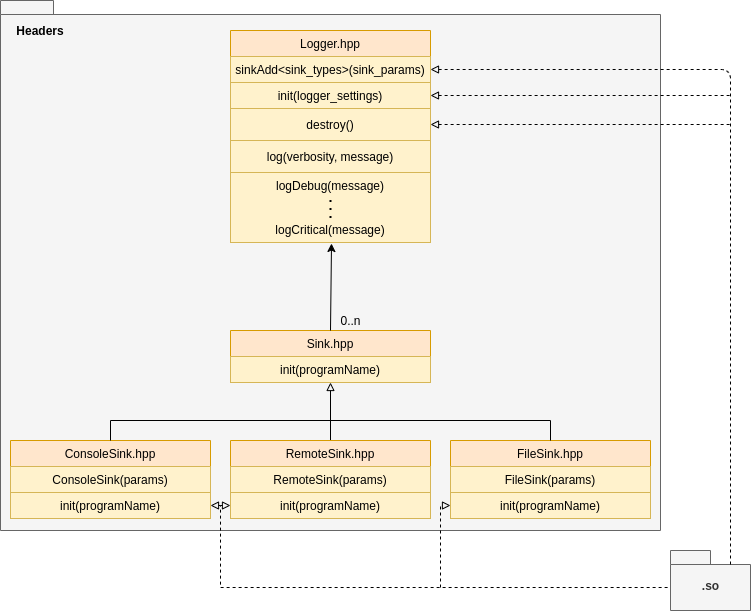
Before: documentation/logger_architecture.png, a diagram exported from draw.io (bringauto/ba-logger). Source tidied: cells renumbered, new cells last; positions are measured from the earlier drawing's top-left corner, leaving out a move shared by most shapes.
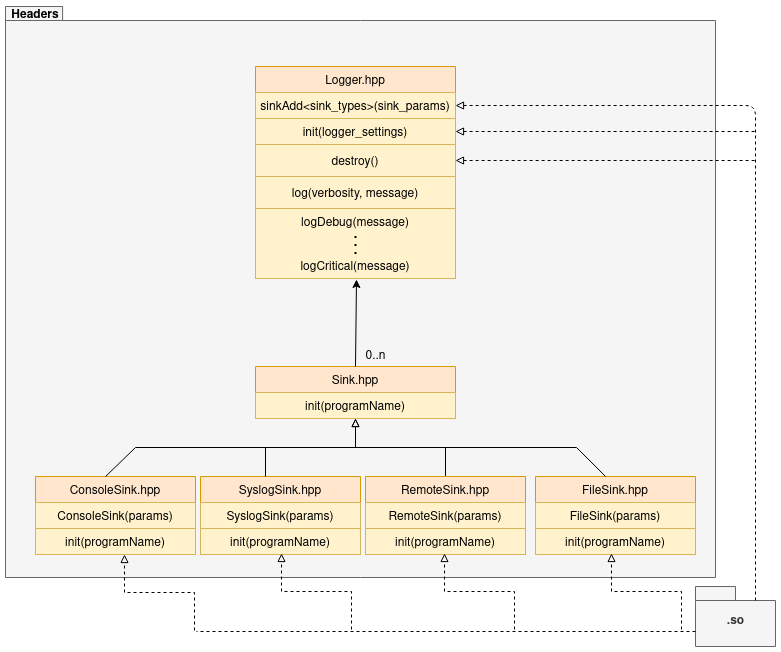
After the commit.

Change to the diagram source:
```diff
@@ -2,9 +2,9 @@
   <root>
     <mxCell id="0" />
     <mxCell id="1" parent="0" />
-    <mxCell id="2" style="shape=folder;fontStyle=1;spacingTop=10;tabWidth=40;tabHeight=14;tabPosition=left;html=1;strokeColor=#666666;align=left;verticalAlign=middle;fillColor=#f5f5f5;fontColor=#333333;" parent="1" vertex="1">
-      <mxGeometry width="660" height="530" as="geometry" />
-    </mxCell>
+    <mxCell id="37" style="shape=folder;fontStyle=1;spacingTop=10;tabWidth=40;tabHeight=14;tabPosition=left;html=1;strokeColor=#666666;align=left;verticalAlign=middle;fillColor=#f5f5f5;fontColor=#333333;" parent="1" vertex="1">
+      <mxGeometry x="-20" y="-30" width="710" height="571" as="geometry" />
+    </mxCell>
     <mxCell id="3" value="Sink.hpp" style="swimlane;fontStyle=0;horizontal=1;startSize=26;fillColor=#ffe6cc;align=center;strokeColor=#d79b00;" parent="1" vertex="1">
       <mxGeometry x="230" y="330" width="200" height="52" as="geometry" />
     </mxCell>
@@ -15,84 +15,77 @@
       <mxGeometry x="330" y="310" width="40" height="20" as="geometry" />
     </mxCell>
     <mxCell id="6" value="ConsoleSink.hpp" style="swimlane;fontStyle=0;horizontal=1;startSize=26;fillColor=#ffe6cc;align=center;strokeColor=#d79b00;" parent="1" vertex="1">
-      <mxGeometry x="10" y="440" width="200" height="52" as="geometry" />
+      <mxGeometry x="10" y="440" width="160" height="52" as="geometry" />
     </mxCell>
     <mxCell id="7" value="ConsoleSink(params)" style="text;strokeColor=#d6b656;fillColor=#fff2cc;align=center;verticalAlign=top;spacingLeft=4;spacingRight=4;overflow=hidden;" parent="6" vertex="1">
-      <mxGeometry y="26" width="200" height="26" as="geometry" />
+      <mxGeometry y="26" width="160" height="26" as="geometry" />
     </mxCell>
-    <mxCell id="8" value="init(programName)" style="text;strokeColor=#d6b656;fillColor=#fff2cc;align=center;verticalAlign=top;spacingLeft=4;spacingRight=4;overflow=hidden;points=[[0,0.5],[1,0.5]];portConstraint=eastwest;" parent="1" vertex="1">
-      <mxGeometry x="10" y="492" width="200" height="26" as="geometry" />
-    </mxCell>
-    <mxCell id="9" style="edgeStyle=orthogonalEdgeStyle;rounded=0;jettySize=auto;html=1;entryX=0.5;entryY=1;entryDx=0;entryDy=0;endArrow=block;endFill=0;" parent="1" edge="1" source="10" target="3">
-      <mxGeometry relative="1" as="geometry" />
-    </mxCell>
+    <mxCell id="38" value="init(programName)" style="text;strokeColor=#d6b656;fillColor=#fff2cc;align=center;verticalAlign=top;spacingLeft=4;spacingRight=4;overflow=hidden;" parent="1" vertex="1">
+      <mxGeometry x="10" y="492" width="160" height="26" as="geometry" />
+    </mxCell>
+    <mxCell id="39" style="edgeStyle=elbowEdgeStyle;rounded=0;orthogonalLoop=1;jettySize=auto;html=1;entryX=0.5;entryY=1;entryDx=0;entryDy=0;endArrow=block;endFill=0;elbow=vertical;" parent="1" edge="1">
+      <mxGeometry relative="1" as="geometry">
+        <mxPoint x="420" y="440" as="sourcePoint" />
+        <mxPoint x="330" y="382" as="targetPoint" />
+      </mxGeometry>
+    </mxCell>
     <mxCell id="10" value="RemoteSink.hpp" style="swimlane;fontStyle=0;horizontal=1;startSize=26;fillColor=#ffe6cc;align=center;strokeColor=#d79b00;" parent="1" vertex="1">
-      <mxGeometry x="230" y="440" width="200" height="52" as="geometry" />
+      <mxGeometry x="340" y="440" width="160" height="52" as="geometry" />
     </mxCell>
     <mxCell id="11" value="RemoteSink(params)" style="text;strokeColor=#d6b656;fillColor=#fff2cc;align=center;verticalAlign=top;spacingLeft=4;spacingRight=4;overflow=hidden;" parent="10" vertex="1">
-      <mxGeometry y="26" width="200" height="26" as="geometry" />
+      <mxGeometry y="26" width="160" height="26" as="geometry" />
     </mxCell>
-    <mxCell id="12" value="init(programName)" style="text;strokeColor=#d6b656;fillColor=#fff2cc;align=center;verticalAlign=top;spacingLeft=4;spacingRight=4;overflow=hidden;points=[[0,0.5],[1,0.5]];portConstraint=eastwest;" parent="1" vertex="1">
-      <mxGeometry x="230" y="492" width="200" height="26" as="geometry" />
-    </mxCell>
+    <mxCell id="40" value="init(programName)" style="text;strokeColor=#d6b656;fillColor=#fff2cc;align=center;verticalAlign=top;spacingLeft=4;spacingRight=4;overflow=hidden;" parent="1" vertex="1">
+      <mxGeometry x="340" y="492" width="160" height="26" as="geometry" />
+    </mxCell>
     <mxCell id="13" value="FileSink.hpp" style="swimlane;fontStyle=0;horizontal=1;startSize=26;fillColor=#ffe6cc;align=center;strokeColor=#d79b00;" parent="1" vertex="1">
-      <mxGeometry x="450" y="440" width="200" height="52" as="geometry" />
+      <mxGeometry x="510" y="440" width="160" height="52" as="geometry" />
     </mxCell>
     <mxCell id="14" value="FileSink(params)" style="text;strokeColor=#d6b656;fillColor=#fff2cc;align=center;verticalAlign=top;spacingLeft=4;spacingRight=4;overflow=hidden;" parent="13" vertex="1">
-      <mxGeometry y="26" width="200" height="26" as="geometry" />
+      <mxGeometry y="26" width="160" height="26" as="geometry" />
     </mxCell>
-    <mxCell id="15" value="init(programName)" style="text;strokeColor=#d6b656;fillColor=#fff2cc;align=center;verticalAlign=top;spacingLeft=4;spacingRight=4;overflow=hidden;points=[[0,0.5],[1,0.5]];portConstraint=eastwest;" parent="1" vertex="1">
-      <mxGeometry x="450" y="492" width="200" height="26" as="geometry" />
-    </mxCell>
-    <mxCell id="16" style="endArrow=none;html=1;exitX=0.5;exitY=0;exitDx=0;exitDy=0;rounded=0;" parent="1" edge="1" source="6">
-      <mxGeometry relative="1" as="geometry">
-        <mxPoint x="330" y="420" as="targetPoint" />
-        <Array as="points">
-          <mxPoint x="110" y="420" />
-        </Array>
-      </mxGeometry>
-    </mxCell>
-    <mxCell id="17" style="endArrow=none;html=1;entryX=0.5;entryY=0;entryDx=0;entryDy=0;rounded=0;" parent="1" edge="1" target="13">
-      <mxGeometry relative="1" as="geometry">
-        <mxPoint x="330" y="420" as="sourcePoint" />
-        <Array as="points">
-          <mxPoint x="550" y="420" />
-        </Array>
-      </mxGeometry>
-    </mxCell>
+    <mxCell id="41" value="init(programName)" style="text;strokeColor=#d6b656;fillColor=#fff2cc;align=center;verticalAlign=top;spacingLeft=4;spacingRight=4;overflow=hidden;" parent="1" vertex="1">
+      <mxGeometry x="510" y="492" width="160" height="26" as="geometry" />
+    </mxCell>
+    <mxCell id="42" style="endArrow=none;html=1;exitX=0.438;exitY=0;exitDx=0;exitDy=0;rounded=0;exitPerimeter=0;" parent="1" edge="1" source="6">
+      <mxGeometry relative="1" as="geometry">
+        <mxPoint x="330" y="411" as="targetPoint" />
+        <Array as="points">
+          <mxPoint x="110" y="411" />
+        </Array>
+      </mxGeometry>
+    </mxCell>
+    <mxCell id="43" style="endArrow=none;html=1;entryX=0.438;entryY=0;entryDx=0;entryDy=0;rounded=0;entryPerimeter=0;" parent="1" edge="1" target="13">
+      <mxGeometry relative="1" as="geometry">
+        <mxPoint x="331" y="411" as="sourcePoint" />
+        <Array as="points">
+          <mxPoint x="551" y="411" />
+        </Array>
+      </mxGeometry>
+    </mxCell>
     <mxCell id="18" value="&lt;b&gt;Headers&lt;/b&gt;" style="text;html=1;strokeColor=none;fillColor=none;align=center;verticalAlign=middle;whiteSpace=wrap;rounded=0;" parent="1" vertex="1">
-      <mxGeometry x="20" y="20" width="40" height="20" as="geometry" />
+      <mxGeometry x="-10" y="-31" width="40" height="20" as="geometry" />
     </mxCell>
     <mxCell id="19" value=".so" style="shape=folder;fontStyle=1;spacingTop=10;tabWidth=40;tabHeight=14;tabPosition=left;html=1;strokeColor=#666666;align=center;verticalAlign=middle;fillColor=#f5f5f5;fontColor=#333333;" parent="1" vertex="1">
       <mxGeometry x="670" y="550" width="80" height="60" as="geometry" />
     </mxCell>
-    <mxCell id="20" style="endArrow=none;html=1;exitX=1;exitY=0.5;exitDx=0;exitDy=0;entryX=0;entryY=0;entryDx=0;entryDy=37;entryPerimeter=0;rounded=0;endFill=0;startArrow=block;startFill=0;dashed=1;" parent="1" edge="1" source="8" target="19">
-      <mxGeometry relative="1" as="geometry">
-        <Array as="points">
-          <mxPoint x="220" y="505" />
-          <mxPoint x="220" y="587" />
-        </Array>
-      </mxGeometry>
-    </mxCell>
-    <mxCell id="21" style="endArrow=block;html=1;entryX=0;entryY=0.5;entryDx=0;entryDy=0;dashed=1;endFill=0;" parent="1" edge="1" target="12">
-      <mxGeometry relative="1" as="geometry">
-        <mxPoint x="220" y="505" as="sourcePoint" />
-      </mxGeometry>
-    </mxCell>
-    <mxCell id="22" style="endArrow=block;html=1;entryX=0;entryY=0.5;entryDx=0;entryDy=0;rounded=0;dashed=1;startArrow=none;startFill=0;endFill=0;" parent="1" edge="1" target="15">
-      <mxGeometry relative="1" as="geometry">
-        <mxPoint x="440" y="587" as="sourcePoint" />
-        <Array as="points">
-          <mxPoint x="440" y="587" />
-          <mxPoint x="440" y="505" />
-        </Array>
-      </mxGeometry>
-    </mxCell>
-    <mxCell id="23" style="endArrow=none;html=1;exitX=1;exitY=0.5;exitDx=0;exitDy=0;dashed=1;startArrow=block;startFill=0;" parent="1" edge="1" source="32">
-      <mxGeometry relative="1" as="geometry">
-        <mxPoint x="730" y="124" as="targetPoint" />
-      </mxGeometry>
-    </mxCell>
+    <mxCell id="44" style="endArrow=none;html=1;entryX=0;entryY=0;entryDx=0;entryDy=37;entryPerimeter=0;rounded=0;endFill=0;startArrow=none;startFill=0;dashed=1;strokeWidth=1;jumpSize=0;startSize=0;endSize=0;" parent="1" edge="1">
+      <mxGeometry relative="1" as="geometry">
+        <mxPoint x="670" y="595" as="sourcePoint" />
+        <mxPoint x="171" y="595" as="targetPoint" />
+      </mxGeometry>
+    </mxCell>
+    <mxCell id="45" style="endArrow=block;html=1;entryX=0;entryY=0.5;entryDx=0;entryDy=0;rounded=0;dashed=1;startArrow=none;startFill=0;endFill=0;edgeStyle=elbowEdgeStyle;elbow=vertical;" parent="1" edge="1">
+      <mxGeometry relative="1" as="geometry">
+        <mxPoint x="656" y="593" as="sourcePoint" />
+        <mxPoint x="586" y="517" as="targetPoint" />
+      </mxGeometry>
+    </mxCell>
+    <mxCell id="46" style="endArrow=none;html=1;exitX=1;exitY=0.5;exitDx=0;exitDy=0;dashed=1;startArrow=block;startFill=0;" parent="1" edge="1" source="32">
+      <mxGeometry relative="1" as="geometry">
+        <mxPoint x="730" y="124" as="targetPoint" />
+      </mxGeometry>
+    </mxCell>
     <mxCell id="24" style="group;" parent="1" vertex="1">
       <mxGeometry x="230" y="30" width="200" height="212" as="geometry" />
     </mxCell>
@@ -102,12 +95,12 @@
     <mxCell id="26" value="logCritical(message)" style="text;strokeColor=none;fillColor=none;align=center;verticalAlign=top;spacingLeft=4;spacingRight=4;overflow=hidden;" parent="24" vertex="1">
       <mxGeometry y="186" width="200" height="26" as="geometry" />
     </mxCell>
-    <mxCell id="27" style="endArrow=none;dashed=1;html=1;dashPattern=1 3;strokeWidth=2;" parent="24" edge="1">
-      <mxGeometry relative="1" as="geometry">
-        <mxPoint x="100" y="187.5" as="sourcePoint" />
-        <mxPoint x="100" y="166.5" as="targetPoint" />
-      </mxGeometry>
-    </mxCell>
+    <mxCell id="47" style="endArrow=none;dashed=1;html=1;dashPattern=1 3;strokeWidth=2;" parent="24" edge="1">
+      <mxGeometry relative="1" as="geometry">
+        <mxPoint x="100" y="187.5" as="sourcePoint" />
+        <mxPoint x="100" y="166.5" as="targetPoint" />
+      </mxGeometry>
+    </mxCell>
     <mxCell id="28" style="group;" parent="24" vertex="1">
       <mxGeometry width="200" height="142" as="geometry" />
     </mxCell>
@@ -126,16 +119,16 @@
     <mxCell id="33" value="log(verbosity, message)" style="text;strokeColor=#d6b656;fillColor=#fff2cc;align=center;verticalAlign=middle;spacingLeft=4;spacingRight=4;overflow=hidden;" parent="28" vertex="1">
       <mxGeometry y="110" width="200" height="32" as="geometry" />
     </mxCell>
-    <mxCell id="34" style="endArrow=classic;html=1;exitX=0.5;exitY=0;exitDx=0;exitDy=0;" parent="1" edge="1" source="3">
-      <mxGeometry relative="1" as="geometry">
-        <mxPoint x="331" y="243" as="targetPoint" />
-      </mxGeometry>
-    </mxCell>
-    <mxCell id="35" style="endArrow=none;html=1;exitX=1;exitY=0.5;exitDx=0;exitDy=0;dashed=1;startArrow=block;startFill=0;" parent="1" edge="1" source="31">
-      <mxGeometry relative="1" as="geometry">
-        <mxPoint x="730" y="95" as="targetPoint" />
-      </mxGeometry>
-    </mxCell>
+    <mxCell id="48" style="endArrow=classic;html=1;exitX=0.5;exitY=0;exitDx=0;exitDy=0;" parent="1" edge="1" source="3">
+      <mxGeometry relative="1" as="geometry">
+        <mxPoint x="331" y="243" as="targetPoint" />
+      </mxGeometry>
+    </mxCell>
+    <mxCell id="49" style="endArrow=none;html=1;exitX=1;exitY=0.5;exitDx=0;exitDy=0;dashed=1;startArrow=block;startFill=0;" parent="1" edge="1" source="31">
+      <mxGeometry relative="1" as="geometry">
+        <mxPoint x="730" y="95" as="targetPoint" />
+      </mxGeometry>
+    </mxCell>
     <mxCell id="36" style="endArrow=block;html=1;entryX=1;entryY=0.5;entryDx=0;entryDy=0;exitX=0;exitY=0;exitDx=60;exitDy=14;exitPerimeter=0;dashed=1;endFill=0;" parent="1" edge="1" source="19" target="30">
       <mxGeometry relative="1" as="geometry">
         <Array as="points">
@@ -143,5 +136,38 @@
         </Array>
       </mxGeometry>
     </mxCell>
+    <mxCell id="50" value="SyslogSink.hpp" style="swimlane;fontStyle=0;horizontal=1;startSize=26;fillColor=#ffe6cc;align=center;strokeColor=#d79b00;" parent="1" vertex="1">
+      <mxGeometry x="175" y="440" width="160" height="52" as="geometry" />
+    </mxCell>
+    <mxCell id="51" value="SyslogSink(params)" style="text;strokeColor=#d6b656;fillColor=#fff2cc;align=center;verticalAlign=top;spacingLeft=4;spacingRight=4;overflow=hidden;" parent="50" vertex="1">
+      <mxGeometry y="26" width="160" height="26" as="geometry" />
+    </mxCell>
+    <mxCell id="52" value="init(programName)" style="text;strokeColor=#d6b656;fillColor=#fff2cc;align=center;verticalAlign=top;spacingLeft=4;spacingRight=4;overflow=hidden;" parent="1" vertex="1">
+      <mxGeometry x="175" y="492" width="160" height="26" as="geometry" />
+    </mxCell>
+    <mxCell id="53" style="rounded=0;orthogonalLoop=1;jettySize=auto;html=1;entryX=0.5;entryY=1;entryDx=0;entryDy=0;endArrow=block;endFill=0;edgeStyle=elbowEdgeStyle;elbow=vertical;" parent="1" edge="1">
+      <mxGeometry relative="1" as="geometry">
+        <mxPoint x="240" y="440" as="sourcePoint" />
+        <mxPoint x="330" y="382" as="targetPoint" />
+      </mxGeometry>
+    </mxCell>
+    <mxCell id="54" style="endArrow=block;html=1;entryX=0;entryY=0.5;entryDx=0;entryDy=0;rounded=0;dashed=1;startArrow=none;startFill=0;endFill=0;edgeStyle=elbowEdgeStyle;elbow=vertical;" parent="1" edge="1">
+      <mxGeometry relative="1" as="geometry">
+        <mxPoint x="489" y="593" as="sourcePoint" />
+        <mxPoint x="419" y="517" as="targetPoint" />
+      </mxGeometry>
+    </mxCell>
+    <mxCell id="55" style="endArrow=block;html=1;entryX=0;entryY=0.5;entryDx=0;entryDy=0;rounded=0;dashed=1;startArrow=none;startFill=0;endFill=0;edgeStyle=elbowEdgeStyle;elbow=vertical;" parent="1" edge="1">
+      <mxGeometry relative="1" as="geometry">
+        <mxPoint x="169" y="594" as="sourcePoint" />
+        <mxPoint x="99" y="518" as="targetPoint" />
+      </mxGeometry>
+    </mxCell>
+    <mxCell id="56" style="endArrow=block;html=1;entryX=0;entryY=0.5;entryDx=0;entryDy=0;rounded=0;dashed=1;startArrow=none;startFill=0;endFill=0;edgeStyle=elbowEdgeStyle;elbow=vertical;" parent="1" edge="1">
+      <mxGeometry relative="1" as="geometry">
+        <mxPoint x="326" y="593" as="sourcePoint" />
+        <mxPoint x="256" y="517" as="targetPoint" />
+      </mxGeometry>
+    </mxCell>
   </root>
 </mxGraphModel>
```
